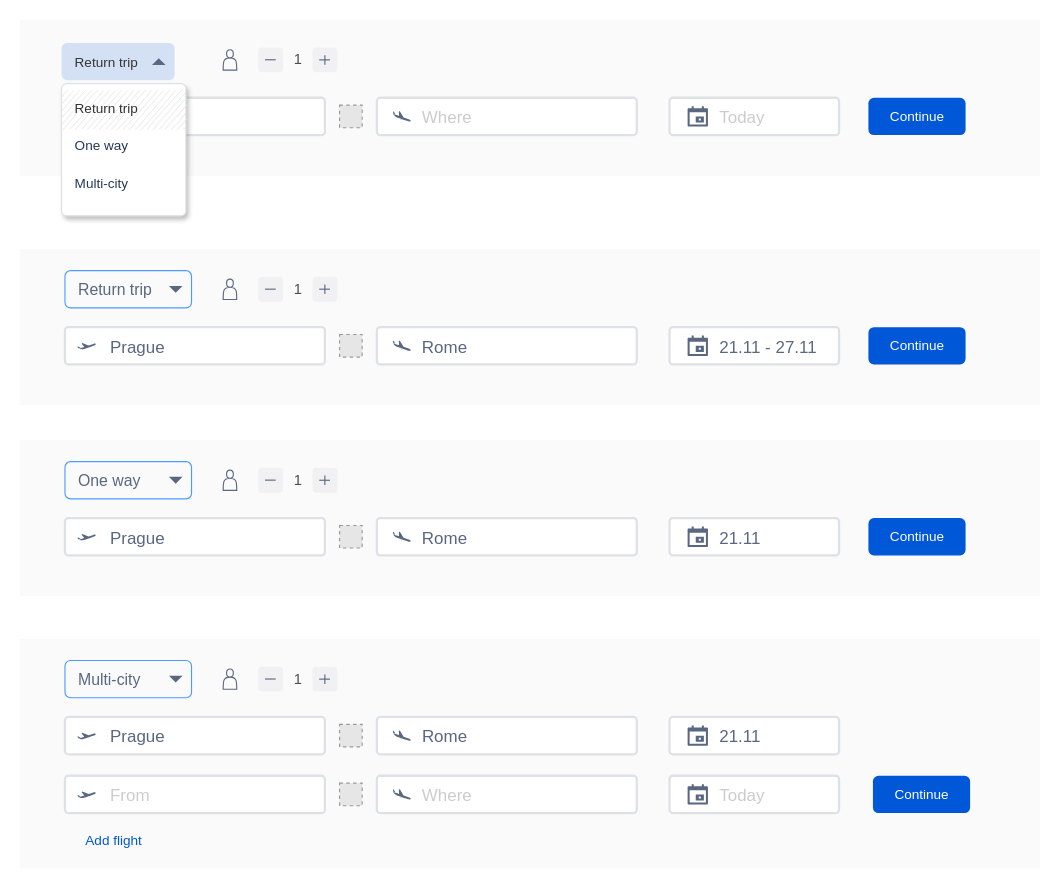
Before: page "Leg options" (2 of 3) of skywayjet.drawio in notitguy/diagrams, a draw.io diagram. Source tidied: cells renumbered, new cells numbered last; positions are measured from the earlier drawing's top-left corner, leaving out a move shared by most shapes. Both pictures are drawn from the tidied source at 113%, with x=0, y=0 at pixel (19, 19). Pictures stored in the file or linked from it are replaced by grey dashed boxes.
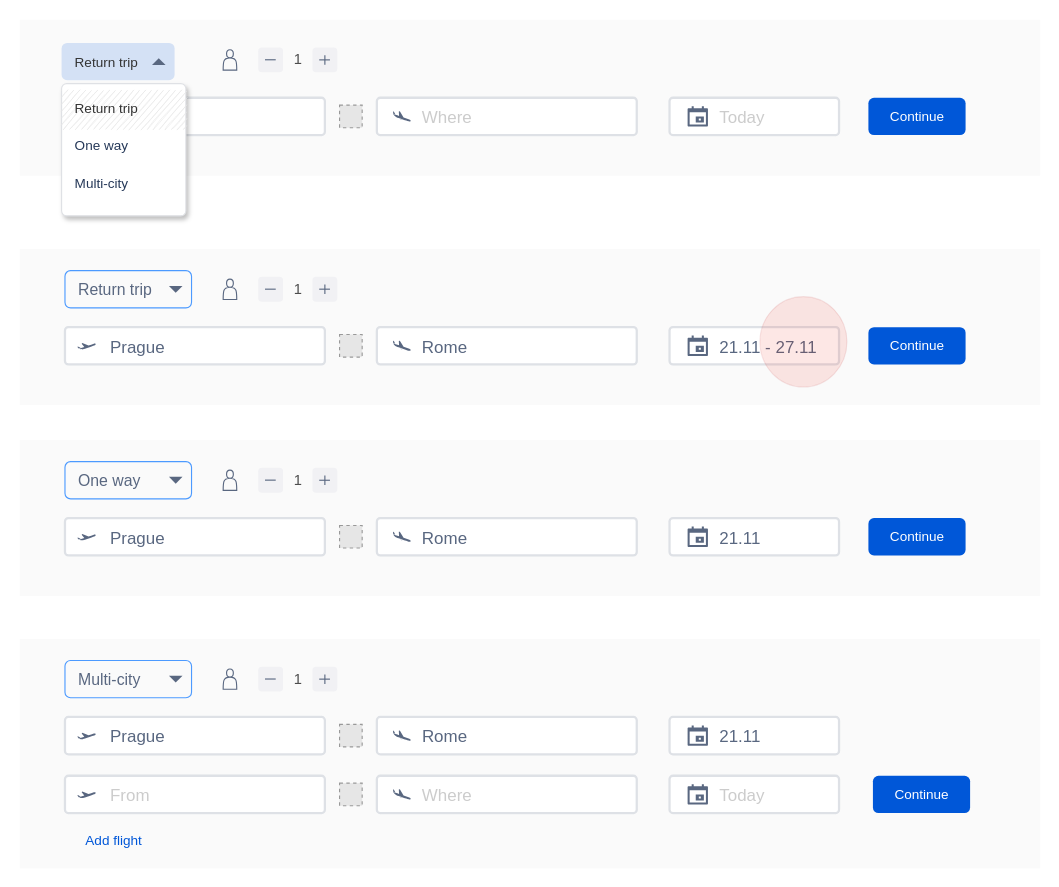
Above is the later version.

What changed in the source:
```diff
@@
+    <mxCell id="87" style="ellipse;whiteSpace=wrap;html=1;rounded=0;hachureGap=4;strokeColor=#B20000;fillColor=#e51400;opacity=10;fontColor=#ffffff;" parent="1" vertex="1">
+      <mxGeometry x="655" y="245" width="77" height="80" as="geometry" />
+    </mxCell>
```
